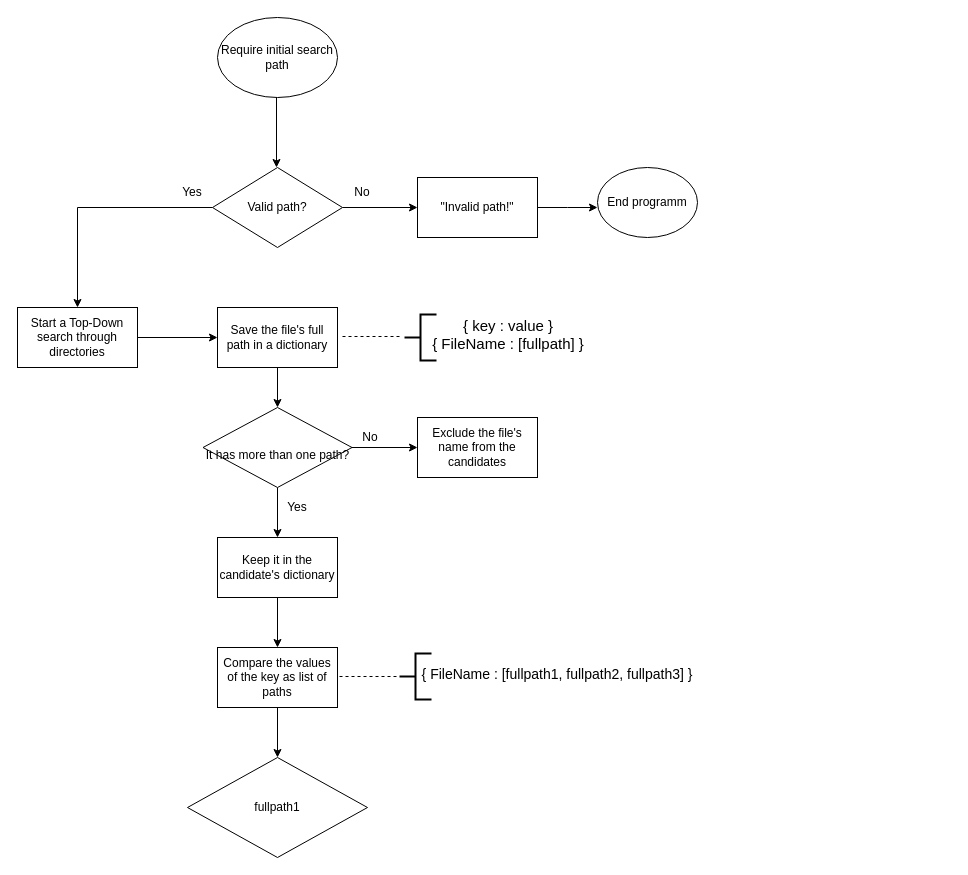
Above: Untitled Diagram.drawio in gustavomv/FindDuplicateFiles (draw.io), before the change. Source tidied: cells renumbered, new cells numbered last; positions are measured from the earlier drawing's top-left corner, leaving out a move shared by most shapes. Both pictures are drawn from the tidied source at 100%, with x=0, y=0 at pixel (17, 17).
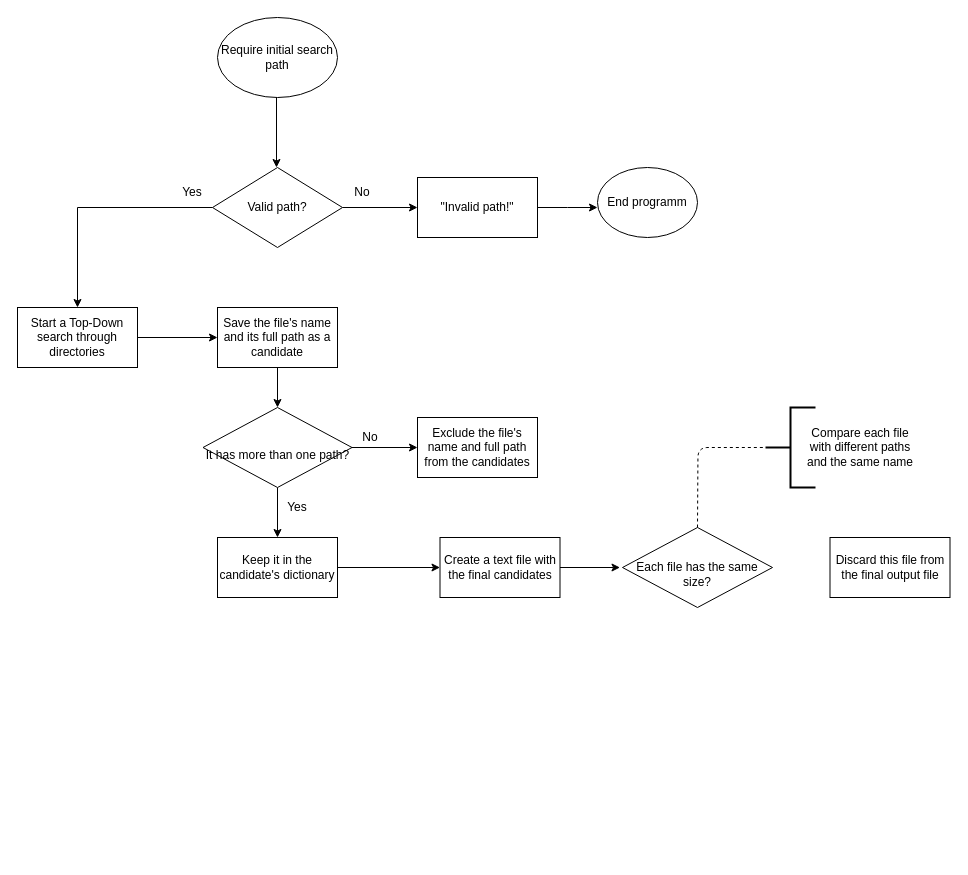
The same diagram, later.

The change refers to these unchanged cells:
```xml
<mxCell id="22" value="Keep it in the candidate's dictionary" style="rounded=0;whiteSpace=wrap;html=1;" parent="1" vertex="1">
  <mxGeometry x="200" y="520" width="120" height="60" as="geometry" />
</mxCell>
```

Diff of the diagram source:
```diff
@@
+    <mxCell id="33" style="strokeWidth=2;html=1;shape=mxgraph.flowchart.annotation_2;align=left;rotation=0;direction=east;" parent="1" vertex="1">
+      <mxGeometry x="748" y="390" width="50" height="80" as="geometry" />
+    </mxCell>
@@
-    <mxCell id="15" value="Save the file's full path in a dictionary" style="rounded=0;whiteSpace=wrap;html=1;" parent="1" vertex="1">
+    <mxCell id="15" value="Save the file's name and its full path as a candidate" style="rounded=0;whiteSpace=wrap;html=1;" parent="1" vertex="1">
       <mxGeometry x="200" y="290" width="120" height="60" as="geometry" />
     </mxCell>
@@
-    <mxCell id="19" value="Exclude the file's name from the candidates" style="rounded=0;whiteSpace=wrap;html=1;" parent="1" vertex="1">
+    <mxCell id="19" value="Exclude the file's name and full path from the candidates" style="rounded=0;whiteSpace=wrap;html=1;" parent="1" vertex="1">
       <mxGeometry x="400" y="400" width="120" height="60" as="geometry" />
     </mxCell>
@@
-    <mxCell id="21" style="edgeStyle=orthogonalEdgeStyle;rounded=0;jettySize=auto;html=1;exitX=0.5;exitY=1;exitDx=0;exitDy=0;entryX=0.5;entryY=0;entryDx=0;entryDy=0;" parent="1" edge="1" source="22" target="25">
-      <mxGeometry relative="1" as="geometry" />
-    </mxCell>
+    <mxCell id="34" style="edgeStyle=orthogonalEdgeStyle;rounded=0;jettySize=auto;html=1;exitX=1;exitY=0.5;exitDx=0;exitDy=0;entryX=0;entryY=0.5;entryDx=0;entryDy=0;" parent="1" edge="1" source="22" target="38">
+      <mxGeometry relative="1" as="geometry" />
+    </mxCell>
@@
-    <mxCell id="24" style="edgeStyle=orthogonalEdgeStyle;rounded=0;jettySize=auto;html=1;exitX=0.5;exitY=1;exitDx=0;exitDy=0;entryX=0.5;entryY=0;entryDx=0;entryDy=0;" parent="1" edge="1" source="25" target="32">
-      <mxGeometry relative="1" as="geometry" />
-    </mxCell>
-    <mxCell id="25" value="Compare the values of the key as list of paths" style="rounded=0;whiteSpace=wrap;html=1;" parent="1" vertex="1">
-      <mxGeometry x="200" y="630" width="120" height="60" as="geometry" />
-    </mxCell>
-    <mxCell id="26" style="strokeWidth=2;html=1;shape=mxgraph.flowchart.annotation_2;align=left;" parent="1" vertex="1">
-      <mxGeometry x="387" y="297" width="32" height="46" as="geometry" />
-    </mxCell>
-    <mxCell id="27" style="endArrow=none;dashed=1;html=1;" parent="1" edge="1">
-      <mxGeometry relative="1" as="geometry">
-        <mxPoint x="325" y="319" as="sourcePoint" />
-        <mxPoint x="385" y="319" as="targetPoint" />
-      </mxGeometry>
-    </mxCell>
-    <mxCell id="28" value="&lt;div&gt;&lt;font style=&quot;font-size: 15px&quot;&gt;{ key : value }&lt;/font&gt;&lt;/div&gt;&lt;div&gt;&lt;font style=&quot;font-size: 15px&quot;&gt;{ FileName : [fullpath] }&lt;br&gt;&lt;/font&gt;&lt;/div&gt;" style="text;html=1;strokeColor=none;fillColor=none;align=center;verticalAlign=middle;whiteSpace=wrap;rounded=0;" parent="1" vertex="1">
-      <mxGeometry x="412" y="297" width="158" height="40" as="geometry" />
-    </mxCell>
-    <mxCell id="29" style="strokeWidth=2;html=1;shape=mxgraph.flowchart.annotation_2;align=left;" parent="1" vertex="1">
-      <mxGeometry x="382" y="636" width="32" height="46" as="geometry" />
-    </mxCell>
-    <mxCell id="30" style="endArrow=none;dashed=1;html=1;" parent="1" edge="1">
-      <mxGeometry relative="1" as="geometry">
-        <mxPoint x="322" y="659" as="sourcePoint" />
-        <mxPoint x="382" y="659" as="targetPoint" />
-      </mxGeometry>
-    </mxCell>
-    <mxCell id="31" value="&lt;div style=&quot;font-size: 14px&quot; align=&quot;left&quot;&gt;&lt;font style=&quot;font-size: 14px&quot;&gt;{ FileName : [fullpath1, &lt;font style=&quot;font-size: 14px&quot;&gt;&lt;font style=&quot;font-size: 14px&quot;&gt;fullpath2, &lt;/font&gt;&lt;/font&gt;&lt;font style=&quot;font-size: 14px&quot;&gt;&lt;font style=&quot;font-size: 14px&quot;&gt;&lt;font style=&quot;font-size: 14px&quot;&gt;fullpath3&lt;/font&gt;&lt;/font&gt;] }&lt;br&gt;&lt;/font&gt;&lt;/font&gt;&lt;/div&gt;" style="text;html=1;strokeColor=none;fillColor=none;align=center;verticalAlign=middle;whiteSpace=wrap;rounded=0;" parent="1" vertex="1">
-      <mxGeometry x="400" y="637" width="280" height="40" as="geometry" />
-    </mxCell>
-    <mxCell id="32" value="fullpath1" style="rhombus;whiteSpace=wrap;html=1;" parent="1" vertex="1">
-      <mxGeometry x="170" y="740" width="180" height="100" as="geometry" />
+    <mxCell id="32" value="&lt;br&gt;&lt;div&gt;Each file has the same size?&lt;/div&gt;" style="rhombus;whiteSpace=wrap;html=1;direction=east;" parent="1" vertex="1">
+      <mxGeometry x="605" y="510" width="150" height="80" as="geometry" />
     </mxCell>
+    <mxCell id="35" value="Compare each file with different paths and the same name" style="text;html=1;strokeColor=none;fillColor=none;align=center;verticalAlign=middle;whiteSpace=wrap;rounded=0;direction=east;" parent="1" vertex="1">
+      <mxGeometry x="782.5" y="400" width="120" height="60" as="geometry" />
+    </mxCell>
+    <mxCell id="36" value="Discard this file from the final output file" style="rounded=0;whiteSpace=wrap;html=1;direction=east;" parent="1" vertex="1">
+      <mxGeometry x="812.5" y="520" width="120" height="60" as="geometry" />
+    </mxCell>
+    <mxCell id="37" style="edgeStyle=orthogonalEdgeStyle;rounded=0;jettySize=auto;html=1;exitX=1;exitY=0.5;exitDx=0;exitDy=0;" parent="1" edge="1" source="38">
+      <mxGeometry relative="1" as="geometry">
+        <mxPoint x="602.5" y="550" as="targetPoint" />
+      </mxGeometry>
+    </mxCell>
+    <mxCell id="38" value="Create a text file with the final candidates" style="rounded=0;whiteSpace=wrap;html=1;" parent="1" vertex="1">
+      <mxGeometry x="422.5" y="520" width="120" height="60" as="geometry" />
+    </mxCell>
+    <mxCell id="39" style="endArrow=none;dashed=1;html=1;exitX=0.5;exitY=0;exitDx=0;exitDy=0;entryX=0;entryY=0.5;entryDx=0;entryDy=0;entryPerimeter=0;" parent="1" edge="1" source="32" target="33">
+      <mxGeometry relative="1" as="geometry">
+        <Array as="points">
+          <mxPoint x="680.5" y="430" />
+        </Array>
+      </mxGeometry>
+    </mxCell>
```
